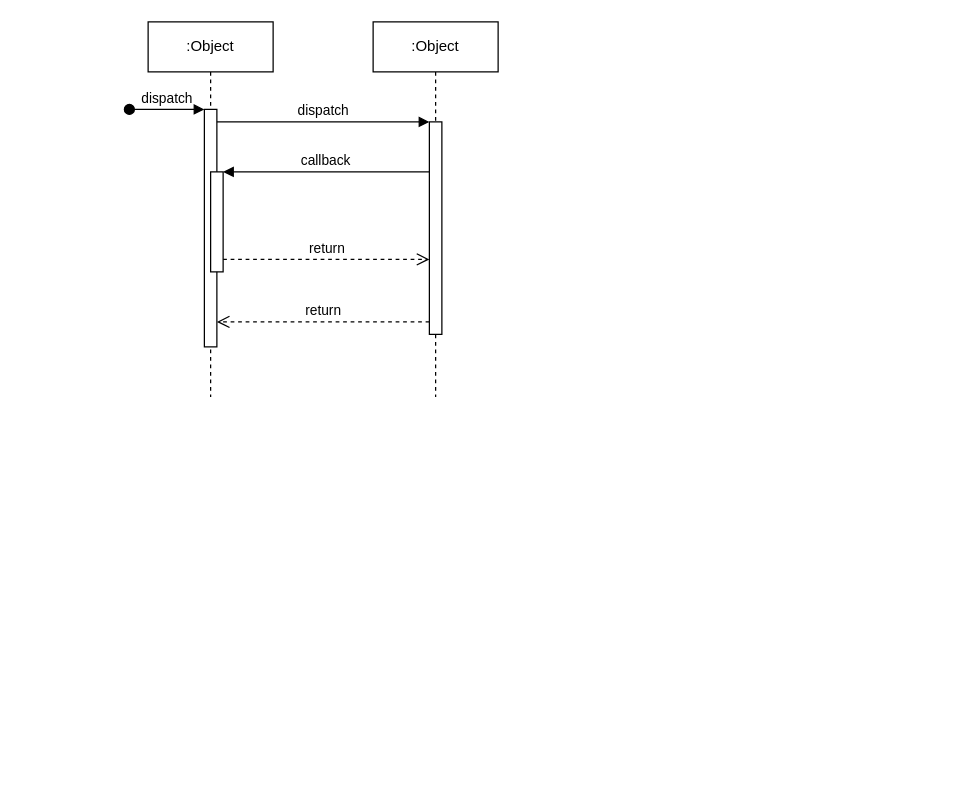
This is 未命名绘图.drawio from typooooohj/PubSub, a draw.io file, before an edit. Source tidied: cells renumbered, new cells numbered last; positions are measured from the earlier drawing's top-left corner, leaving out a move shared by most shapes. Both pictures are drawn from the tidied source at 125%, with x=0, y=0 at pixel (129, 21).
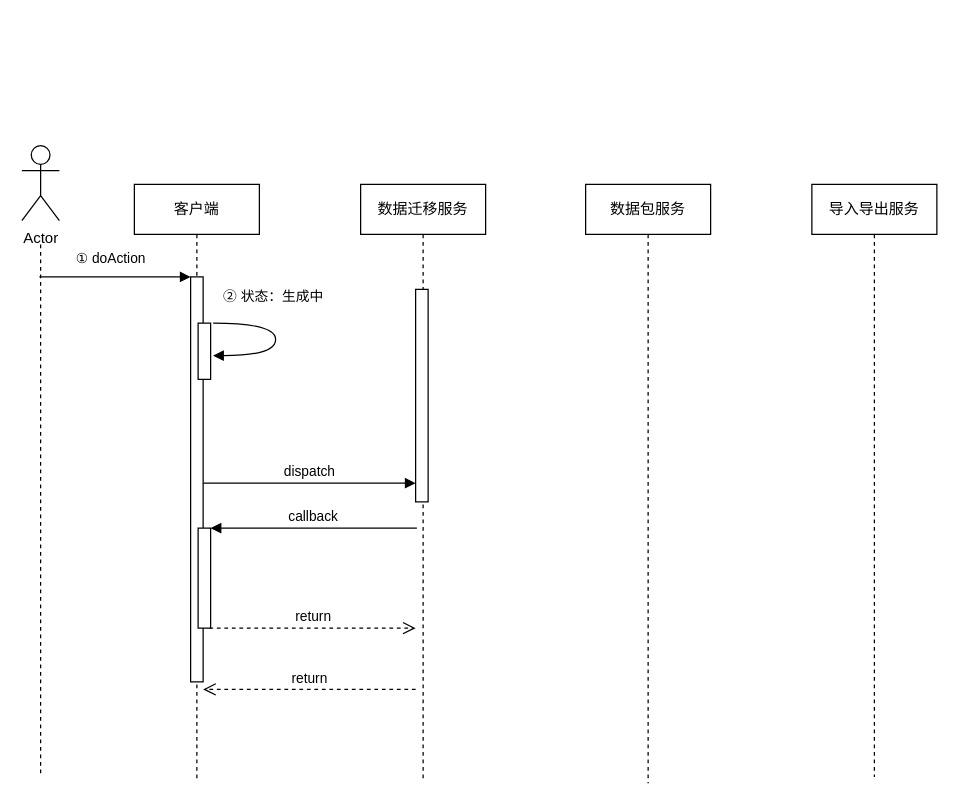
Above is the later version.

Commit message:
更新未命名绘图.drawio

Change to the diagram source:
```diff
@@
-    <mxCell id="2" value=":Object" style="shape=umlLifeline;perimeter=lifelinePerimeter;whiteSpace=wrap;html=1;newEdgeStyle={&quot;edgeStyle&quot;:&quot;elbowEdgeStyle&quot;,&quot;elbow&quot;:&quot;vertical&quot;,&quot;curved&quot;:0,&quot;rounded&quot;:0};" parent="1" vertex="1">
-      <mxGeometry x="15" width="100" height="300" as="geometry" />
+    <mxCell id="2" value="客户端" style="shape=umlLifeline;perimeter=lifelinePerimeter;whiteSpace=wrap;html=1;newEdgeStyle={&quot;edgeStyle&quot;:&quot;elbowEdgeStyle&quot;,&quot;elbow&quot;:&quot;vertical&quot;,&quot;curved&quot;:0,&quot;rounded&quot;:0};" parent="1" vertex="1">
+      <mxGeometry x="4" y="130" width="100" height="475" as="geometry" />
     </mxCell>
-    <mxCell id="3" style="html=1;points=[];perimeter=orthogonalPerimeter;outlineConnect=0;targetShapes=umlLifeline;portConstraint=eastwest;newEdgeStyle={&quot;edgeStyle&quot;:&quot;elbowEdgeStyle&quot;,&quot;elbow&quot;:&quot;vertical&quot;,&quot;curved&quot;:0,&quot;rounded&quot;:0};" parent="2" vertex="1">
-      <mxGeometry x="45" y="70" width="10" height="190" as="geometry" />
+    <mxCell id="3" style="html=1;points=[];perimeter=orthogonalPerimeter;outlineConnect=0;targetShapes=umlLifeline;portConstraint=eastwest;newEdgeStyle={&quot;edgeStyle&quot;:&quot;elbowEdgeStyle&quot;,&quot;elbow&quot;:&quot;vertical&quot;,&quot;curved&quot;:0,&quot;rounded&quot;:0};" parent="1" vertex="1">
+      <mxGeometry x="49" y="204" width="10" height="324" as="geometry" />
     </mxCell>
-    <mxCell id="4" value="dispatch" style="html=1;verticalAlign=bottom;startArrow=oval;endArrow=block;startSize=8;edgeStyle=elbowEdgeStyle;elbow=vertical;curved=0;rounded=0;" parent="2" edge="1" target="3">
-      <mxGeometry relative="1" as="geometry">
-        <mxPoint x="-15" y="70" as="sourcePoint" />
-      </mxGeometry>
-    </mxCell>
-    <mxCell id="5" style="html=1;points=[];perimeter=orthogonalPerimeter;outlineConnect=0;targetShapes=umlLifeline;portConstraint=eastwest;newEdgeStyle={&quot;edgeStyle&quot;:&quot;elbowEdgeStyle&quot;,&quot;elbow&quot;:&quot;vertical&quot;,&quot;curved&quot;:0,&quot;rounded&quot;:0};" parent="2" vertex="1">
-      <mxGeometry x="50" y="120" width="10" height="80" as="geometry" />
-    </mxCell>
-    <mxCell id="6" value=":Object" style="shape=umlLifeline;perimeter=lifelinePerimeter;whiteSpace=wrap;html=1;newEdgeStyle={&quot;edgeStyle&quot;:&quot;elbowEdgeStyle&quot;,&quot;elbow&quot;:&quot;vertical&quot;,&quot;curved&quot;:0,&quot;rounded&quot;:0};" parent="1" vertex="1">
-      <mxGeometry x="195" width="100" height="300" as="geometry" />
+    <mxCell id="6" value="数据迁移服务" style="shape=umlLifeline;perimeter=lifelinePerimeter;whiteSpace=wrap;html=1;newEdgeStyle={&quot;edgeStyle&quot;:&quot;elbowEdgeStyle&quot;,&quot;elbow&quot;:&quot;vertical&quot;,&quot;curved&quot;:0,&quot;rounded&quot;:0};" parent="1" vertex="1">
+      <mxGeometry x="185" y="130" width="100" height="475" as="geometry" />
     </mxCell>
-    <mxCell id="7" style="html=1;points=[];perimeter=orthogonalPerimeter;outlineConnect=0;targetShapes=umlLifeline;portConstraint=eastwest;newEdgeStyle={&quot;edgeStyle&quot;:&quot;elbowEdgeStyle&quot;,&quot;elbow&quot;:&quot;vertical&quot;,&quot;curved&quot;:0,&quot;rounded&quot;:0};" parent="6" vertex="1">
-      <mxGeometry x="45" y="80" width="10" height="170" as="geometry" />
-    </mxCell>
     <mxCell id="8" value="dispatch" style="html=1;verticalAlign=bottom;endArrow=block;edgeStyle=elbowEdgeStyle;elbow=vertical;curved=0;rounded=0;" parent="1" edge="1" source="3" target="7">
       <mxGeometry relative="1" as="geometry">
         <Array as="points">
-          <mxPoint x="155" y="80" />
+          <mxPoint x="144" y="369" />
         </Array>
       </mxGeometry>
     </mxCell>
-    <mxCell id="9" value="return" style="html=1;verticalAlign=bottom;endArrow=open;dashed=1;endSize=8;edgeStyle=elbowEdgeStyle;elbow=vertical;curved=0;rounded=0;" parent="1" edge="1" source="7" target="3">
+    <mxCell id="9" value="return" style="html=1;verticalAlign=bottom;endArrow=open;dashed=1;endSize=8;edgeStyle=elbowEdgeStyle;elbow=vertical;curved=0;rounded=0;" parent="1" edge="1">
       <mxGeometry relative="1" as="geometry">
+        <mxPoint x="229" y="534" as="sourcePoint" />
+        <mxPoint x="59" y="534" as="targetPoint" />
         <Array as="points">
-          <mxPoint x="165" y="240" />
+          <mxPoint x="154" y="534" />
         </Array>
       </mxGeometry>
     </mxCell>
-    <mxCell id="10" value="callback" style="html=1;verticalAlign=bottom;endArrow=block;edgeStyle=elbowEdgeStyle;elbow=vertical;curved=0;rounded=0;" parent="1" edge="1" source="7" target="5">
+    <mxCell id="10" value="callback" style="html=1;verticalAlign=bottom;endArrow=block;edgeStyle=elbowEdgeStyle;elbow=vertical;curved=0;rounded=0;" parent="1" edge="1">
       <mxGeometry relative="1" as="geometry">
+        <mxPoint x="230" y="405" as="sourcePoint" />
+        <mxPoint x="65" y="405" as="targetPoint" />
         <Array as="points">
-          <mxPoint x="165" y="120" />
+          <mxPoint x="155" y="405" />
         </Array>
       </mxGeometry>
     </mxCell>
-    <mxCell id="11" value="return" style="html=1;verticalAlign=bottom;endArrow=open;dashed=1;endSize=8;edgeStyle=elbowEdgeStyle;elbow=vertical;curved=0;rounded=0;" parent="1" edge="1" source="5" target="7">
+    <mxCell id="11" value="return" style="html=1;verticalAlign=bottom;endArrow=open;dashed=1;endSize=8;edgeStyle=elbowEdgeStyle;elbow=vertical;curved=0;rounded=0;" parent="1" edge="1">
       <mxGeometry relative="1" as="geometry">
+        <mxPoint x="64" y="485" as="sourcePoint" />
+        <mxPoint x="229" y="485" as="targetPoint" />
         <Array as="points">
-          <mxPoint x="155" y="190" />
+          <mxPoint x="144" y="485" />
         </Array>
       </mxGeometry>
     </mxCell>
+    <mxCell id="4" value="① doAction" style="html=1;verticalAlign=bottom;startArrow=none;endArrow=block;startSize=8;edgeStyle=elbowEdgeStyle;elbow=vertical;curved=0;rounded=0;startFill=0;" parent="1" edge="1" target="3">
+      <mxGeometry x="-0.06" y="6" relative="1" as="geometry">
+        <mxPoint x="-72" y="204" as="sourcePoint" />
+      </mxGeometry>
+    </mxCell>
+    <mxCell id="5" style="html=1;points=[];perimeter=orthogonalPerimeter;outlineConnect=0;targetShapes=umlLifeline;portConstraint=eastwest;newEdgeStyle={&quot;edgeStyle&quot;:&quot;elbowEdgeStyle&quot;,&quot;elbow&quot;:&quot;vertical&quot;,&quot;curved&quot;:0,&quot;rounded&quot;:0};" parent="1" vertex="1">
+      <mxGeometry x="55" y="405" width="10" height="80" as="geometry" />
+    </mxCell>
+    <mxCell id="7" style="html=1;points=[];perimeter=orthogonalPerimeter;outlineConnect=0;targetShapes=umlLifeline;portConstraint=eastwest;newEdgeStyle={&quot;edgeStyle&quot;:&quot;elbowEdgeStyle&quot;,&quot;elbow&quot;:&quot;vertical&quot;,&quot;curved&quot;:0,&quot;rounded&quot;:0};" parent="1" vertex="1">
+      <mxGeometry x="229" y="214" width="10" height="170" as="geometry" />
+    </mxCell>
+    <mxCell id="12" style="group;" parent="1" vertex="1">
+      <mxGeometry x="-86" y="99" width="30" height="125" as="geometry" />
+    </mxCell>
+    <mxCell id="13" value="Actor" style="shape=umlActor;verticalLabelPosition=bottom;verticalAlign=top;html=1;" parent="12" vertex="1">
+      <mxGeometry width="30" height="60" as="geometry" />
+    </mxCell>
+    <mxCell id="14" style="html=1;verticalAlign=bottom;endArrow=none;dashed=1;endSize=8;edgeStyle=elbowEdgeStyle;elbow=vertical;curved=0;rounded=0;endFill=0;" parent="12" edge="1">
+      <mxGeometry relative="1" as="geometry">
+        <mxPoint x="15" y="79" as="sourcePoint" />
+        <mxPoint x="15" y="505" as="targetPoint" />
+        <Array as="points">
+          <mxPoint x="21.5" y="125" />
+          <mxPoint x="15" y="163" />
+        </Array>
+      </mxGeometry>
+    </mxCell>
+    <mxCell id="15" value="数据包服务" style="shape=umlLifeline;perimeter=lifelinePerimeter;whiteSpace=wrap;html=1;newEdgeStyle={&quot;edgeStyle&quot;:&quot;elbowEdgeStyle&quot;,&quot;elbow&quot;:&quot;vertical&quot;,&quot;curved&quot;:0,&quot;rounded&quot;:0};" parent="1" vertex="1">
+      <mxGeometry x="365" y="130" width="100" height="479" as="geometry" />
+    </mxCell>
+    <mxCell id="16" value="导入导出服务" style="shape=umlLifeline;perimeter=lifelinePerimeter;whiteSpace=wrap;html=1;newEdgeStyle={&quot;edgeStyle&quot;:&quot;elbowEdgeStyle&quot;,&quot;elbow&quot;:&quot;vertical&quot;,&quot;curved&quot;:0,&quot;rounded&quot;:0};" parent="1" vertex="1">
+      <mxGeometry x="546" y="130" width="100" height="474" as="geometry" />
+    </mxCell>
+    <mxCell id="17" style="html=1;perimeter=orthogonalPerimeter;targetShapes=umlLifeline;newEdgeStyle={&quot;edgeStyle&quot;:&quot;elbowEdgeStyle&quot;,&quot;elbow&quot;:&quot;vertical&quot;,&quot;curved&quot;:0,&quot;rounded&quot;:0};" parent="1" vertex="1">
+      <mxGeometry x="55" y="241" width="10" height="45" as="geometry" />
+    </mxCell>
+    <mxCell id="18" value="② 状态：生成中" style="html=1;verticalAlign=bottom;endArrow=block;edgeStyle=orthogonalEdgeStyle;elbow=vertical;curved=1;rounded=0;entryX=1;entryY=0.622;entryDx=0;entryDy=0;entryPerimeter=0;" parent="1" edge="1">
+      <mxGeometry x="-0.24" y="12" relative="1" as="geometry">
+        <mxPoint x="67" y="241" as="sourcePoint" />
+        <mxPoint x="67" y="267" as="targetPoint" />
+        <Array as="points">
+          <mxPoint x="117" y="241" />
+        </Array>
+      </mxGeometry>
+    </mxCell>
```
